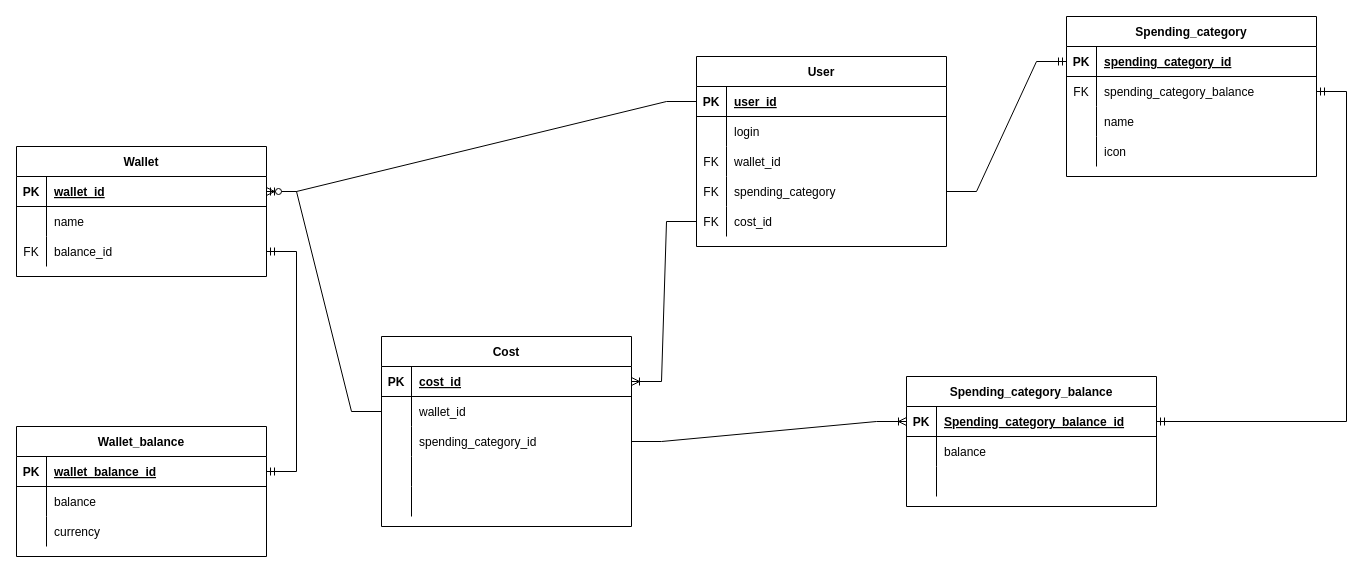
Above: Диаграмма без названия.drawio in ayratkin/coin-keeper-server (draw.io), before the change. Source tidied: cells renumbered, new cells numbered last; positions are measured from the earlier drawing's top-left corner, leaving out a move shared by most shapes. Both pictures are drawn from the tidied source at 100%, with x=0, y=0 at pixel (16, 16).
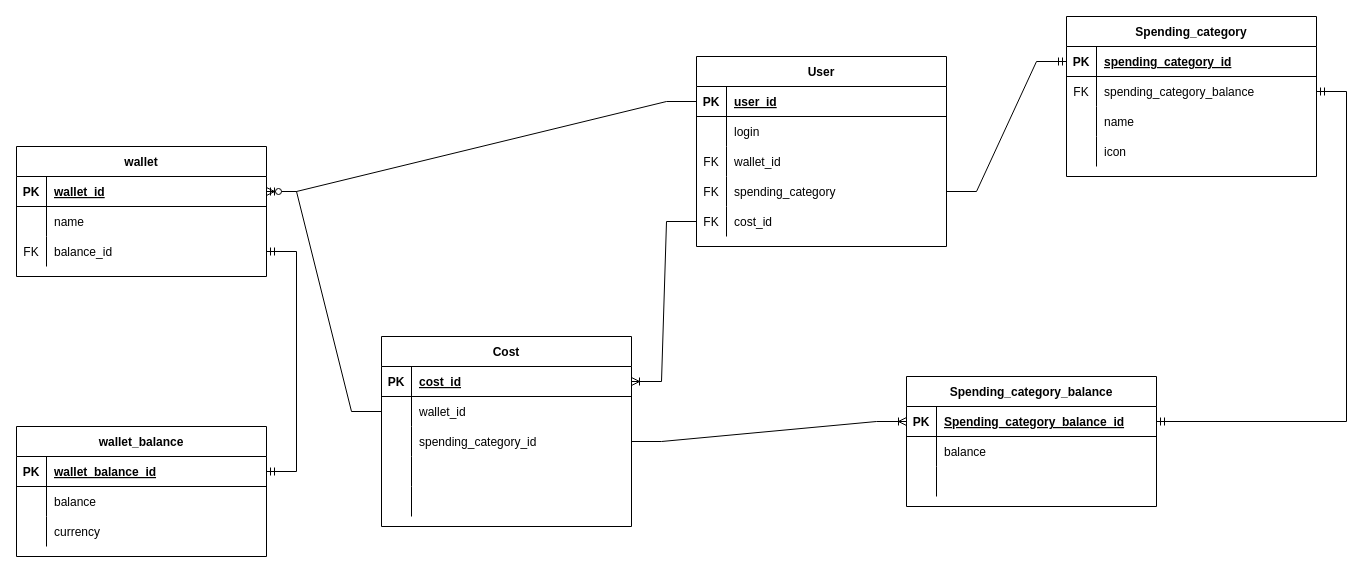
The same diagram, later.

Diff of the diagram source:
```diff
@@
-    <mxCell id="2" value="Wallet_balance" style="shape=table;startSize=30;childLayout=tableLayout;rowLines=0;fontStyle=1;align=center;" parent="1" vertex="1">
+    <mxCell id="2" value="wallet_balance" style="shape=table;startSize=30;childLayout=tableLayout;rowLines=0;fontStyle=1;align=center;" parent="1" vertex="1">
       <mxGeometry y="410" width="250" height="130" as="geometry" />
     </mxCell>
@@
-    <mxCell id="12" value="Wallet" style="shape=table;startSize=30;childLayout=tableLayout;rowLines=0;fontStyle=1;align=center;" parent="1" vertex="1">
+    <mxCell id="12" value="wallet" style="shape=table;startSize=30;childLayout=tableLayout;rowLines=0;fontStyle=1;align=center;" parent="1" vertex="1">
       <mxGeometry y="130" width="250" height="130" as="geometry" />
     </mxCell>
```
